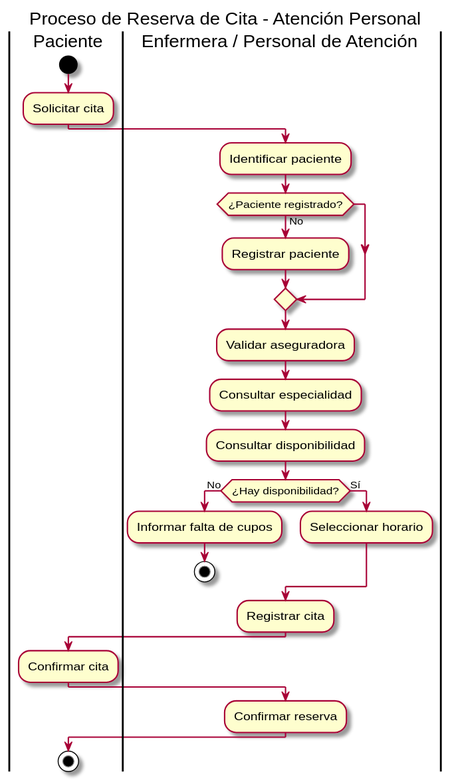
Earlier version of the PlantUML export doc/diagramas/img/01-Diagrama-Procesos-Tradicional.svg (Jimena-CC/ProyectoCitasMedicas).
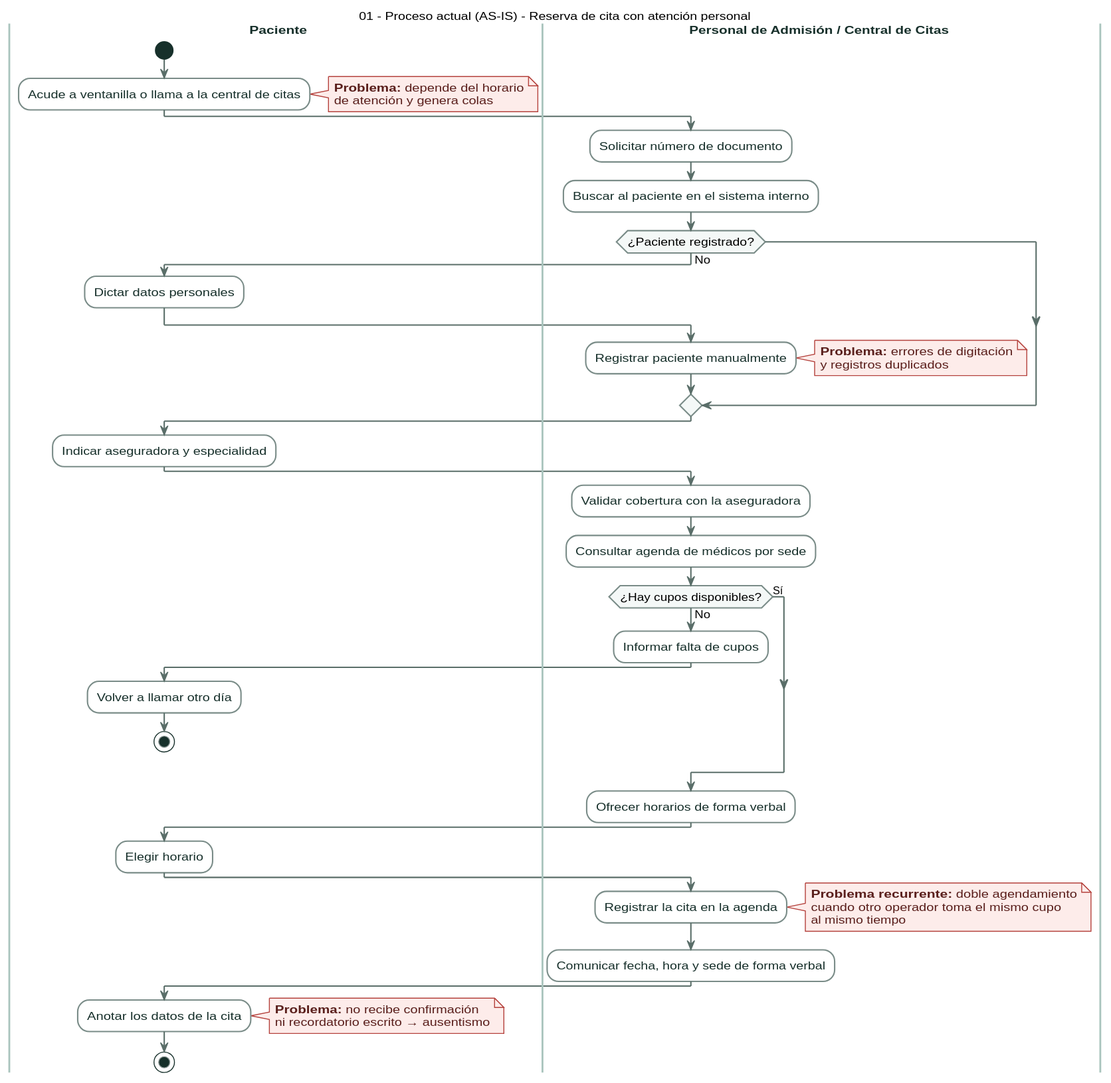
The same diagram one commit later.

Diff of the diagram source:
```diff
@@ -1,37 +1,88 @@
 @startuml
-title Proceso de Reserva de Cita - Atención Personal
+title 01 - Proceso actual (AS-IS) - Reserva de cita con atención personal
+
+skinparam shadowing false
+skinparam roundCorner 10
+skinparam defaultFontName "Helvetica"
+skinparam defaultFontSize 12
+skinparam ArrowColor #5A6E69
+skinparam SwimlaneBorderColor #A9C4BD
+skinparam SwimlaneTitleFontColor #17302B
+skinparam SwimlaneTitleFontStyle bold
+skinparam activity {
+  BackgroundColor #FFFFFF
+  BorderColor #7A8C88
+  FontColor #17302B
+  DiamondBackgroundColor #F4F8F7
+  DiamondBorderColor #7A8C88
+  StartColor #17302B
+  EndColor #17302B
+}
+skinparam note {
+  BackgroundColor #FDECEA
+  BorderColor #B4413C
+  FontColor #5A1F1C
+}
 
 |Paciente|
 start
-:Solicitar cita;
+:Acude a ventanilla o llama a la central de citas;
+note right
+  <b>Problema:</b> depende del horario
+  de atención y genera colas
+end note
 
-|Enfermera / Personal de Atención|
-:Identificar paciente;
+|Personal de Admisión / Central de Citas|
+:Solicitar número de documento;
+:Buscar al paciente en el sistema interno;
 
 if (¿Paciente registrado?) then (No)
-  :Registrar paciente;
+  |Paciente|
+  :Dictar datos personales;
+  |Personal de Admisión / Central de Citas|
+  :Registrar paciente manualmente;
+  note right
+    <b>Problema:</b> errores de digitación
+    y registros duplicados
+  end note
 endif
 
-:Validar aseguradora;
-:Consultar especialidad;
-:Consultar disponibilidad;
+|Paciente|
+:Indicar aseguradora y especialidad;
 
-if (¿Hay disponibilidad?) then (No)
+|Personal de Admisión / Central de Citas|
+:Validar cobertura con la aseguradora;
+:Consultar agenda de médicos por sede;
+
+if (¿Hay cupos disponibles?) then (No)
   :Informar falta de cupos;
+  |Paciente|
+  :Volver a llamar otro día;
   stop
 else (Sí)
-  :Seleccionar horario;
 endif
 
-:Registrar cita;
+|Personal de Admisión / Central de Citas|
+:Ofrecer horarios de forma verbal;
 
 |Paciente|
-:Confirmar cita;
+:Elegir horario;
 
-|Enfermera / Personal de Atención|
-:Confirmar reserva;
+|Personal de Admisión / Central de Citas|
+:Registrar la cita en la agenda;
+note right
+  <b>Problema recurrente:</b> doble agendamiento
+  cuando otro operador toma el mismo cupo
+  al mismo tiempo
+end note
+:Comunicar fecha, hora y sede de forma verbal;
 
 |Paciente|
+:Anotar los datos de la cita;
+note right
+  <b>Problema:</b> no recibe confirmación
+  ni recordatorio escrito → ausentismo
+end note
 stop
 
 @enduml
```
